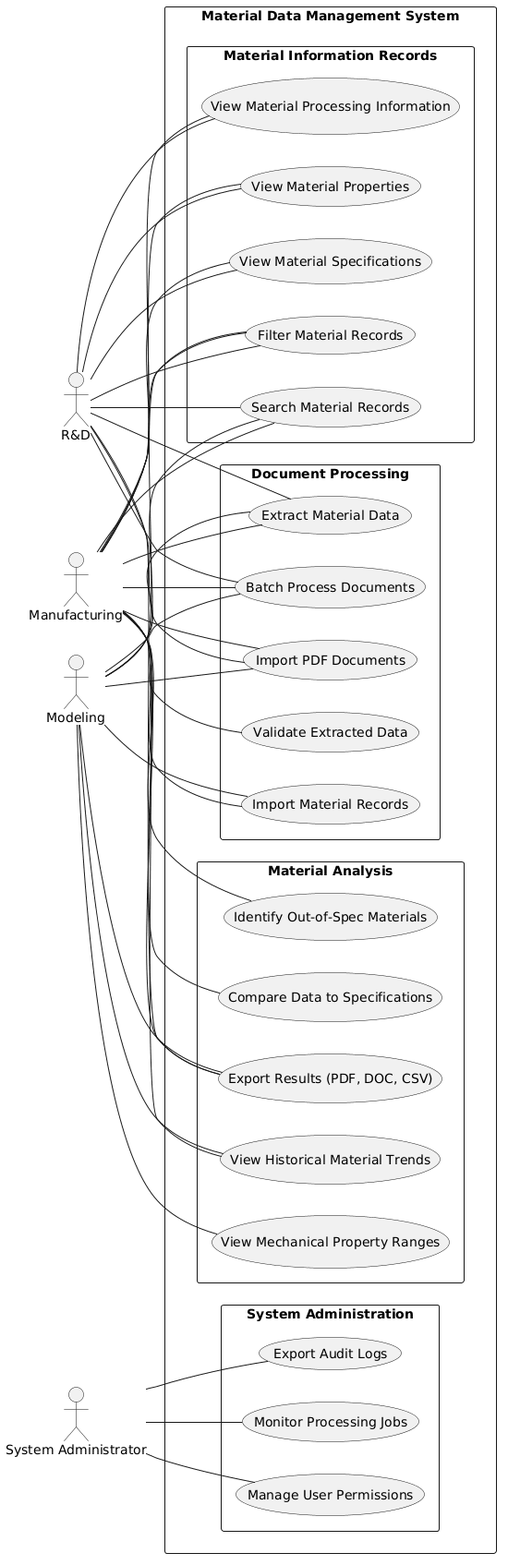
Earlier version of the PlantUML export docs/design/use-case.png (CPSC490-Team-Proj/CPSC490-G07-MightyMorphin).
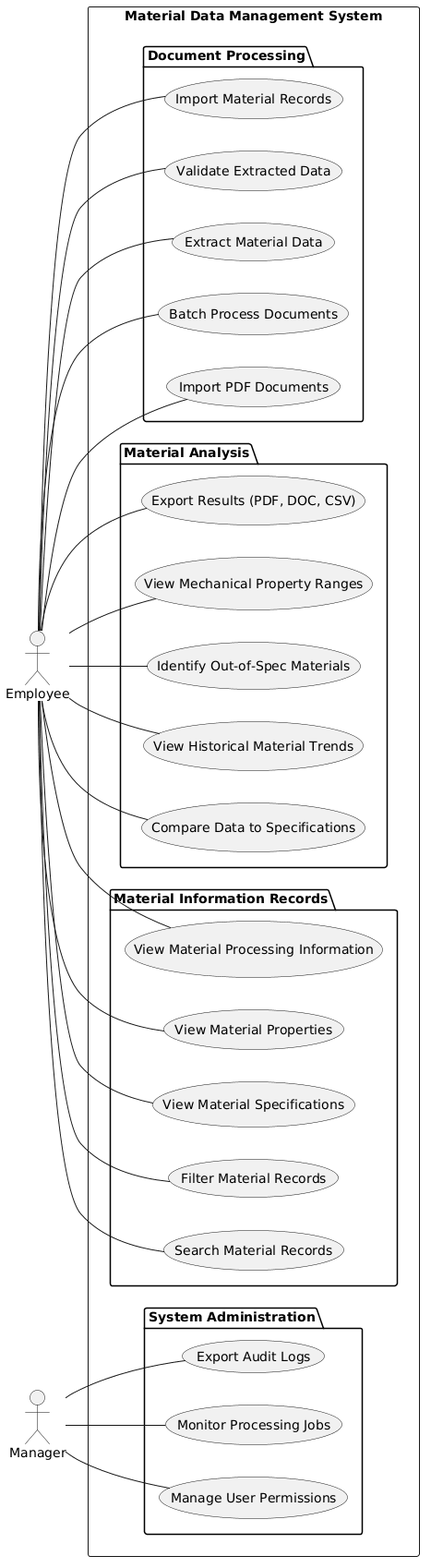
The same diagram one commit later.

Commit message:
docs: revised png of use case

Change to the diagram source:
```diff
@@ -1,77 +1,59 @@
 @startuml
 left to right direction
-skinparam packageStyle rectangle
 
-actor "R&D" as RD
-actor "Manufacturing" as MFG
-actor "Modeling" as MDL
-actor "System Administrator" as SYSAD
+actor "Employee" as EMP
+actor "Manager" as MNG
 
-rectangle "Material Data Management System" {
-  rectangle "Document Processing" {
-    usecase "Import PDF Documents" as UC1
-    usecase "Batch Process Documents" as UC2
-    usecase "Extract Material Data" as UC3
-    usecase "Validate Extracted Data" as UC4
-    usecase "Import Material Records" as UC5
-  }
-  rectangle "Material Information Records" {
-    usecase "Search Material Records" as UC6
-    usecase "Filter Material Records" as UC7
-    usecase "View Material Specifications" as UC8
-    usecase "View Material Properties" as UC9
-    usecase "View Material Processing Information" as UC10
-  }
-  rectangle "Material Analysis" {
-    usecase "Compare Data to Specifications" as UC11
-    usecase "View Historical Material Trends" as UC12
-    usecase "Identify Out-of-Spec Materials" as UC13
-    usecase "View Mechanical Property Ranges" as UC14
-    usecase "Export Results (PDF, DOC, CSV)" as UC17
-  }
-  rectangle "System Administration" {
-    usecase "Manage User Permissions" as UC15
-    usecase "Monitor Processing Jobs" as UC16
-    usecase "Export Audit Logs" as UC18
-  }
+rectangle "Material Data Management System" as SYSTEM {
+
+    package "Document Processing" {
+        usecase "Import PDF Documents" as UC1
+        usecase "Batch Process Documents" as UC2
+        usecase "Extract Material Data" as UC3
+        usecase "Validate Extracted Data" as UC4
+        usecase "Import Material Records" as UC5
+    }
+
+    package "Material Information Records" {
+        usecase "Search Material Records" as UC6
+        usecase "Filter Material Records" as UC7
+        usecase "View Material Specifications" as UC8
+        usecase "View Material Properties" as UC9
+        usecase "View Material Processing Information" as UC10
+    }
+
+    package "Material Analysis" {
+        usecase "Compare Data to Specifications" as UC11
+        usecase "View Historical Material Trends" as UC12
+        usecase "Identify Out-of-Spec Materials" as UC13
+        usecase "View Mechanical Property Ranges" as UC14
+        usecase "Export Results (PDF, DOC, CSV)" as UC17
+    }
+
+    package "System Administration" {
+        usecase "Manage User Permissions" as UC15
+        usecase "Monitor Processing Jobs" as UC16
+        usecase "Export Audit Logs" as UC18
+    }
 }
 
-RD -- UC1
-RD -- UC2
-RD -- UC3
-RD -- UC6
-RD -- UC7
-RD -- UC8
-RD -- UC9
-RD -- UC10
-RD -- UC17
+EMP -- UC1
+EMP -- UC2
+EMP -- UC3
+EMP -- UC4
+EMP -- UC5
+EMP -- UC6
+EMP -- UC7
+EMP -- UC8
+EMP -- UC9
+EMP -- UC10
+EMP -- UC11
+EMP -- UC12
+EMP -- UC13
+EMP -- UC14
+EMP -- UC17
 
-MFG -- UC1
-MFG -- UC2
-MFG -- UC3
-MFG -- UC4
-MFG -- UC5
-MFG -- UC6
-MFG -- UC7
-MFG -- UC8
-MFG -- UC9
-MFG -- UC10
-MFG -- UC11
-MFG -- UC12
-MFG -- UC13
-MFG -- UC17
-
-MDL -- UC1
-MDL -- UC2
-MDL -- UC3
-MDL -- UC5
-MDL -- UC6
-MDL -- UC7
-MDL -- UC12
-MDL -- UC14
-MDL -- UC17
-
-SYSAD -- UC15
-SYSAD -- UC16
-SYSAD -- UC18
+MNG -- UC15
+MNG -- UC16
+MNG -- UC18
 @enduml
```
